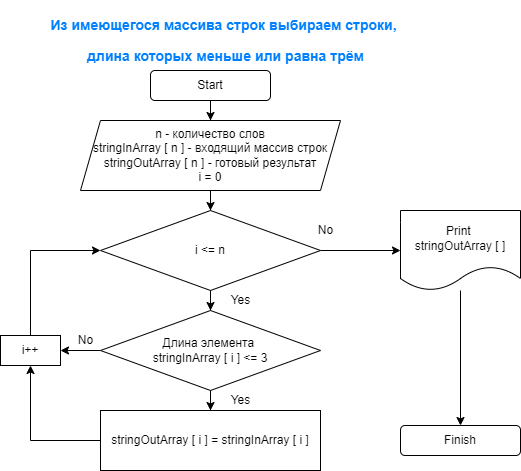
The draw.io diagram Блок схема.png in AlexKri72/Checkwork, before a commit. Source tidied: cells renumbered, new cells last; positions are measured from the earlier drawing's top-left corner, leaving out a move shared by most shapes. Its diagram source:
```xml
<mxGraphModel>
  <root>
    <mxCell id="0" />
    <mxCell id="1" parent="0" />
    <mxCell id="2" value="&lt;h3&gt;&lt;font color=&quot;#007fff&quot;&gt;Из имеющегося массива строк выбираем строки,&amp;nbsp;&lt;/font&gt;&lt;/h3&gt;&lt;h3&gt;&lt;font color=&quot;#007fff&quot;&gt;длина которых меньше или равна трём&lt;/font&gt;&lt;/h3&gt;" style="text;html=1;align=center;verticalAlign=middle;strokeColor=none;fillColor=none;" parent="1" vertex="1">
      <mxGeometry x="40" width="370" height="80" as="geometry" />
    </mxCell>
    <mxCell id="3" style="edgeStyle=orthogonalEdgeStyle;rounded=0;jettySize=auto;html=1;entryX=0.5;entryY=0;entryDx=0;entryDy=0;" parent="1" edge="1" source="4" target="7">
      <mxGeometry relative="1" as="geometry" />
    </mxCell>
    <mxCell id="4" value="Start" style="rounded=1;whiteSpace=wrap;html=1;" parent="1" vertex="1">
      <mxGeometry x="150" y="70" width="120" height="30" as="geometry" />
    </mxCell>
    <mxCell id="5" value="Finish" style="rounded=1;whiteSpace=wrap;html=1;" parent="1" vertex="1">
      <mxGeometry x="400" y="425" width="120" height="30" as="geometry" />
    </mxCell>
    <mxCell id="6" style="edgeStyle=orthogonalEdgeStyle;rounded=0;jettySize=auto;html=1;entryX=0.5;entryY=0;entryDx=0;entryDy=0;" parent="1" edge="1" source="7" target="10">
      <mxGeometry relative="1" as="geometry" />
    </mxCell>
    <mxCell id="7" value="n - количество слов&lt;br&gt;stringInArray [ n ] - входящий массив строк&lt;br&gt;stringOutArray [ n ] - готовый результат&lt;br&gt;i = 0" style="shape=parallelogram;perimeter=parallelogramPerimeter;whiteSpace=wrap;html=1;fixedSize=1;" parent="1" vertex="1">
      <mxGeometry x="80" y="120" width="260" height="70" as="geometry" />
    </mxCell>
    <mxCell id="8" style="edgeStyle=orthogonalEdgeStyle;rounded=0;jettySize=auto;html=1;entryX=0;entryY=0.5;entryDx=0;entryDy=0;" parent="1" edge="1" source="10" target="14">
      <mxGeometry relative="1" as="geometry" />
    </mxCell>
    <mxCell id="9" style="edgeStyle=orthogonalEdgeStyle;rounded=0;jettySize=auto;html=1;entryX=0.5;entryY=0;entryDx=0;entryDy=0;" parent="1" edge="1" source="10" target="17">
      <mxGeometry relative="1" as="geometry" />
    </mxCell>
    <mxCell id="10" value="i &amp;lt;= n" style="rhombus;whiteSpace=wrap;html=1;" parent="1" vertex="1">
      <mxGeometry x="100" y="210" width="220" height="80" as="geometry" />
    </mxCell>
    <mxCell id="11" value="Yes" style="text;html=1;align=center;verticalAlign=middle;strokeColor=none;fillColor=none;" parent="1" vertex="1">
      <mxGeometry x="220" y="290" width="40" height="20" as="geometry" />
    </mxCell>
    <mxCell id="12" value="No" style="text;html=1;align=center;verticalAlign=middle;strokeColor=none;fillColor=none;" parent="1" vertex="1">
      <mxGeometry x="310" y="220" width="30" height="20" as="geometry" />
    </mxCell>
    <mxCell id="13" style="edgeStyle=orthogonalEdgeStyle;rounded=0;jettySize=auto;html=1;entryX=0.5;entryY=0;entryDx=0;entryDy=0;" parent="1" edge="1" source="14" target="5">
      <mxGeometry relative="1" as="geometry" />
    </mxCell>
    <mxCell id="14" value="Print&amp;nbsp;&lt;br&gt;stringOutArray [ ]" style="shape=document;whiteSpace=wrap;html=1;boundedLbl=1;" parent="1" vertex="1">
      <mxGeometry x="400" y="210" width="120" height="80" as="geometry" />
    </mxCell>
    <mxCell id="15" style="edgeStyle=orthogonalEdgeStyle;rounded=0;jettySize=auto;html=1;entryX=0.5;entryY=0;entryDx=0;entryDy=0;" parent="1" edge="1" source="17">
      <mxGeometry relative="1" as="geometry">
        <mxPoint x="210" y="410" as="targetPoint" />
      </mxGeometry>
    </mxCell>
    <mxCell id="16" style="edgeStyle=orthogonalEdgeStyle;rounded=0;jettySize=auto;html=1;entryX=1;entryY=0.5;entryDx=0;entryDy=0;" parent="1" edge="1" source="17" target="21">
      <mxGeometry relative="1" as="geometry" />
    </mxCell>
    <mxCell id="17" value="Длина элемента&amp;nbsp;&lt;br&gt;stringInArray [ i ] &amp;lt;= 3" style="rhombus;whiteSpace=wrap;html=1;" parent="1" vertex="1">
      <mxGeometry x="100" y="310" width="220" height="80" as="geometry" />
    </mxCell>
    <mxCell id="18" style="edgeStyle=orthogonalEdgeStyle;rounded=0;jettySize=auto;html=1;entryX=0.5;entryY=1;entryDx=0;entryDy=0;exitX=0;exitY=0.5;exitDx=0;exitDy=0;" parent="1" edge="1" source="22" target="21">
      <mxGeometry relative="1" as="geometry">
        <Array as="points">
          <mxPoint x="30" y="440" />
        </Array>
      </mxGeometry>
    </mxCell>
    <mxCell id="19" value="No" style="text;html=1;align=center;verticalAlign=middle;strokeColor=none;fillColor=none;" parent="1" vertex="1">
      <mxGeometry x="70" y="330" width="30" height="20" as="geometry" />
    </mxCell>
    <mxCell id="20" style="edgeStyle=orthogonalEdgeStyle;rounded=0;jettySize=auto;html=1;entryX=0;entryY=0.5;entryDx=0;entryDy=0;" parent="1" edge="1" source="21" target="10">
      <mxGeometry relative="1" as="geometry">
        <Array as="points">
          <mxPoint x="30" y="250" />
        </Array>
      </mxGeometry>
    </mxCell>
    <mxCell id="21" value="i++" style="rounded=0;whiteSpace=wrap;html=1;" parent="1" vertex="1">
      <mxGeometry y="335" width="60" height="30" as="geometry" />
    </mxCell>
    <mxCell id="22" value="stringOutArray [ i ] = stringInArray [ i ]" style="rounded=0;whiteSpace=wrap;html=1;" parent="1" vertex="1">
      <mxGeometry x="100" y="410" width="220" height="60" as="geometry" />
    </mxCell>
    <mxCell id="23" value="Yes" style="text;html=1;align=center;verticalAlign=middle;strokeColor=none;fillColor=none;" parent="1" vertex="1">
      <mxGeometry x="220" y="390" width="40" height="20" as="geometry" />
    </mxCell>
  </root>
</mxGraphModel>
```
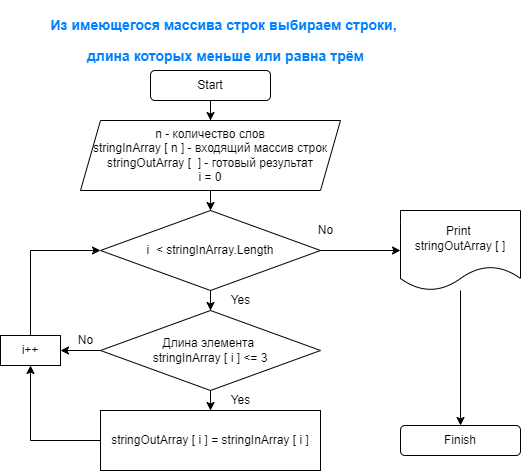
After the change.

Commit message:
change блок схема

Change to the diagram source:
```diff
@@ -17,7 +17,7 @@
     <mxCell id="6" style="edgeStyle=orthogonalEdgeStyle;rounded=0;jettySize=auto;html=1;entryX=0.5;entryY=0;entryDx=0;entryDy=0;" parent="1" edge="1" source="7" target="10">
       <mxGeometry relative="1" as="geometry" />
     </mxCell>
-    <mxCell id="7" value="n - количество слов&lt;br&gt;stringInArray [ n ] - входящий массив строк&lt;br&gt;stringOutArray [ n ] - готовый результат&lt;br&gt;i = 0" style="shape=parallelogram;perimeter=parallelogramPerimeter;whiteSpace=wrap;html=1;fixedSize=1;" parent="1" vertex="1">
+    <mxCell id="7" value="n - количество слов&lt;br&gt;stringInArray [ n ] - входящий массив строк&lt;br&gt;stringOutArray [&amp;nbsp; ] - готовый результат&lt;br&gt;i = 0" style="shape=parallelogram;perimeter=parallelogramPerimeter;whiteSpace=wrap;html=1;fixedSize=1;" parent="1" vertex="1">
       <mxGeometry x="80" y="120" width="260" height="70" as="geometry" />
     </mxCell>
     <mxCell id="8" style="edgeStyle=orthogonalEdgeStyle;rounded=0;jettySize=auto;html=1;entryX=0;entryY=0.5;entryDx=0;entryDy=0;" parent="1" edge="1" source="10" target="14">
@@ -26,7 +26,7 @@
     <mxCell id="9" style="edgeStyle=orthogonalEdgeStyle;rounded=0;jettySize=auto;html=1;entryX=0.5;entryY=0;entryDx=0;entryDy=0;" parent="1" edge="1" source="10" target="17">
       <mxGeometry relative="1" as="geometry" />
     </mxCell>
-    <mxCell id="10" value="i &amp;lt;= n" style="rhombus;whiteSpace=wrap;html=1;" parent="1" vertex="1">
+    <mxCell id="10" value="i&amp;nbsp; &amp;lt; stringInArray.Length" style="rhombus;whiteSpace=wrap;html=1;" parent="1" vertex="1">
       <mxGeometry x="100" y="210" width="220" height="80" as="geometry" />
     </mxCell>
     <mxCell id="11" value="Yes" style="text;html=1;align=center;verticalAlign=middle;strokeColor=none;fillColor=none;" parent="1" vertex="1">
```
